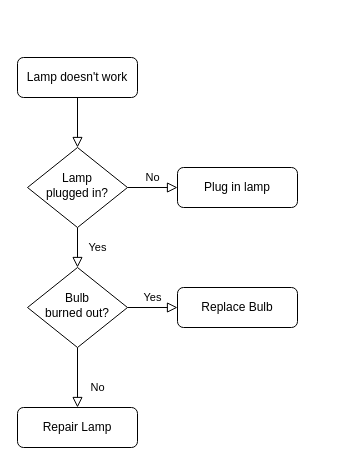
Earlier version of the draw.io diagram pomodoroFlow.drawio (Kohki-Takatama/Pomodoro). Source tidied: cells renumbered, new cells numbered last; positions are measured from the earlier drawing's top-left corner, leaving out a move shared by most shapes. Both pictures are drawn from the tidied source at 100%, with x=0, y=0 at pixel (17, 57).
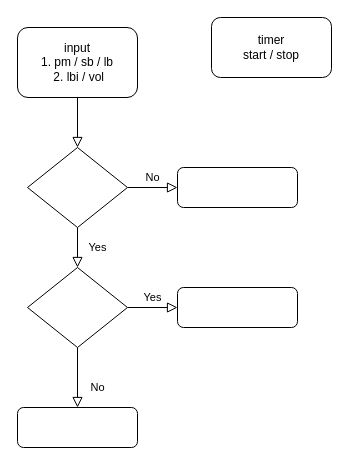
The same page after the edit.

Commit message:
pomodoroFlow.drawio を更新します

Change to the diagram source:
```diff
@@
 <mxGraphModel>
   <root>
     <mxCell id="0" />
     <mxCell id="1" parent="0" />
     <mxCell id="2" style="rounded=0;html=1;jettySize=auto;fontSize=11;endArrow=block;endFill=0;endSize=8;strokeWidth=1;shadow=0;labelBackgroundColor=none;edgeStyle=orthogonalEdgeStyle;" parent="1" edge="1" source="3" target="6">
       <mxGeometry relative="1" as="geometry" />
     </mxCell>
-    <mxCell id="3" value="Lamp doesn't work" style="rounded=1;whiteSpace=wrap;html=1;fontSize=12;glass=0;strokeWidth=1;shadow=0;" parent="1" vertex="1">
-      <mxGeometry width="120" height="40" as="geometry" />
+    <mxCell id="3" value="input&lt;br&gt;1. pm / sb / lb&lt;br&gt;&amp;nbsp;2. lbi / vol" style="rounded=1;whiteSpace=wrap;html=1;fontSize=12;glass=0;strokeWidth=1;shadow=0;" parent="1" vertex="1">
+      <mxGeometry y="-30" width="120" height="70" as="geometry" />
     </mxCell>
     <mxCell id="4" value="Yes" style="rounded=0;html=1;jettySize=auto;fontSize=11;endArrow=block;endFill=0;endSize=8;strokeWidth=1;shadow=0;labelBackgroundColor=none;edgeStyle=orthogonalEdgeStyle;" parent="1" edge="1" source="6" target="10">
       <mxGeometry y="20" relative="1" as="geometry" />
     </mxCell>
     <mxCell id="5" value="No" style="edgeStyle=orthogonalEdgeStyle;rounded=0;html=1;jettySize=auto;fontSize=11;endArrow=block;endFill=0;endSize=8;strokeWidth=1;shadow=0;labelBackgroundColor=none;" parent="1" edge="1" source="6" target="7">
       <mxGeometry y="10" relative="1" as="geometry" />
     </mxCell>
-    <mxCell id="6" value="Lamp&lt;br&gt;plugged in?" style="rhombus;whiteSpace=wrap;html=1;shadow=0;fontFamily=Helvetica;fontSize=12;align=center;strokeWidth=1;spacing=6;spacingTop=-4;" parent="1" vertex="1">
+    <mxCell id="6" style="rhombus;whiteSpace=wrap;html=1;shadow=0;fontFamily=Helvetica;fontSize=12;align=center;strokeWidth=1;spacing=6;spacingTop=-4;" parent="1" vertex="1">
       <mxGeometry x="10" y="90" width="100" height="80" as="geometry" />
     </mxCell>
-    <mxCell id="7" value="Plug in lamp" style="rounded=1;whiteSpace=wrap;html=1;fontSize=12;glass=0;strokeWidth=1;shadow=0;" parent="1" vertex="1">
+    <mxCell id="7" style="rounded=1;whiteSpace=wrap;html=1;fontSize=12;glass=0;strokeWidth=1;shadow=0;" parent="1" vertex="1">
       <mxGeometry x="160" y="110" width="120" height="40" as="geometry" />
     </mxCell>
     <mxCell id="8" value="No" style="rounded=0;html=1;jettySize=auto;fontSize=11;endArrow=block;endFill=0;endSize=8;strokeWidth=1;shadow=0;labelBackgroundColor=none;edgeStyle=orthogonalEdgeStyle;" parent="1" edge="1" source="10" target="11">
       <mxGeometry x="0.33" y="20" relative="1" as="geometry" />
     </mxCell>
     <mxCell id="9" value="Yes" style="edgeStyle=orthogonalEdgeStyle;rounded=0;html=1;jettySize=auto;fontSize=11;endArrow=block;endFill=0;endSize=8;strokeWidth=1;shadow=0;labelBackgroundColor=none;" parent="1" edge="1" source="10" target="12">
       <mxGeometry y="10" relative="1" as="geometry" />
     </mxCell>
-    <mxCell id="10" value="Bulb&lt;br&gt;burned out?" style="rhombus;whiteSpace=wrap;html=1;shadow=0;fontFamily=Helvetica;fontSize=12;align=center;strokeWidth=1;spacing=6;spacingTop=-4;" parent="1" vertex="1">
+    <mxCell id="10" style="rhombus;whiteSpace=wrap;html=1;shadow=0;fontFamily=Helvetica;fontSize=12;align=center;strokeWidth=1;spacing=6;spacingTop=-4;" parent="1" vertex="1">
       <mxGeometry x="10" y="210" width="100" height="80" as="geometry" />
     </mxCell>
-    <mxCell id="11" value="Repair Lamp" style="rounded=1;whiteSpace=wrap;html=1;fontSize=12;glass=0;strokeWidth=1;shadow=0;" parent="1" vertex="1">
+    <mxCell id="11" style="rounded=1;whiteSpace=wrap;html=1;fontSize=12;glass=0;strokeWidth=1;shadow=0;" parent="1" vertex="1">
       <mxGeometry y="350" width="120" height="40" as="geometry" />
     </mxCell>
-    <mxCell id="12" value="Replace Bulb" style="rounded=1;whiteSpace=wrap;html=1;fontSize=12;glass=0;strokeWidth=1;shadow=0;" parent="1" vertex="1">
+    <mxCell id="12" style="rounded=1;whiteSpace=wrap;html=1;fontSize=12;glass=0;strokeWidth=1;shadow=0;" parent="1" vertex="1">
       <mxGeometry x="160" y="230" width="120" height="40" as="geometry" />
     </mxCell>
+    <mxCell id="13" value="timer&lt;br&gt;start / stop" style="rounded=1;whiteSpace=wrap;html=1;" parent="1" vertex="1">
+      <mxGeometry x="194" y="-40" width="120" height="60" as="geometry" />
+    </mxCell>
   </root>
 </mxGraphModel>
```
